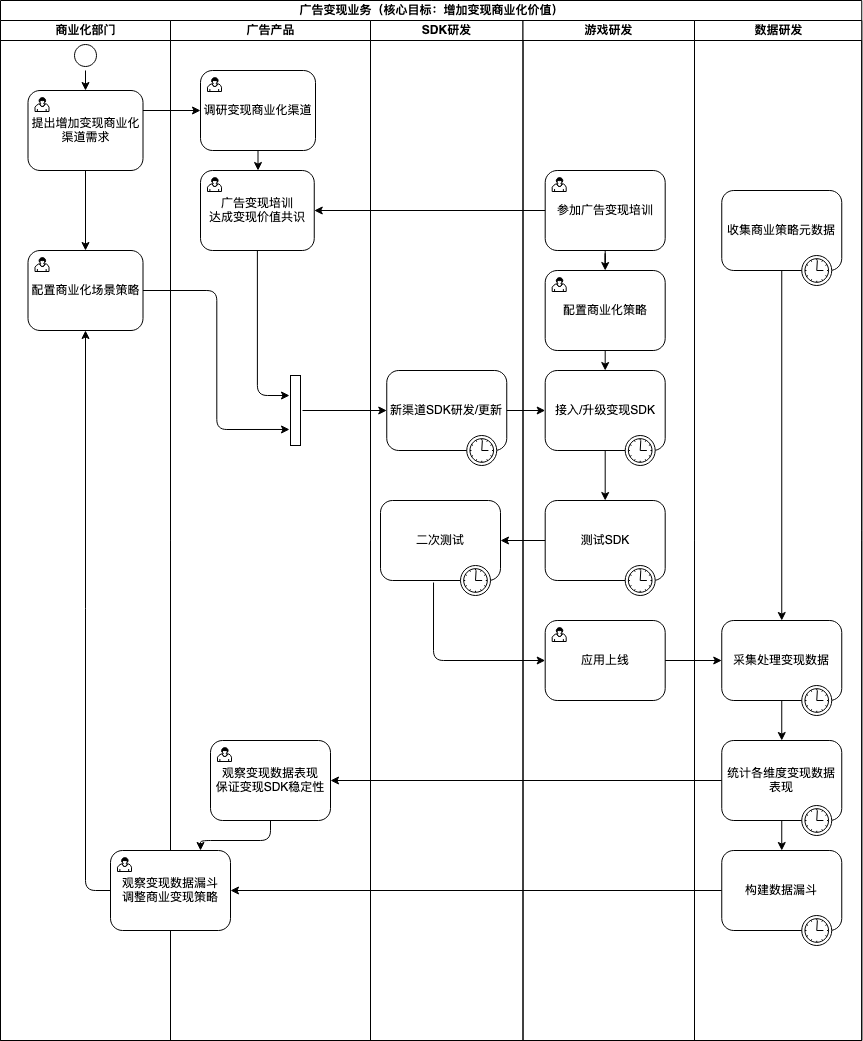
Above: 广告变现业务.png in chen-quan-long/hello-world (draw.io), before the change. Source tidied: cells renumbered, new cells last; positions are measured from the earlier drawing's top-left corner, leaving out a move shared by most shapes.
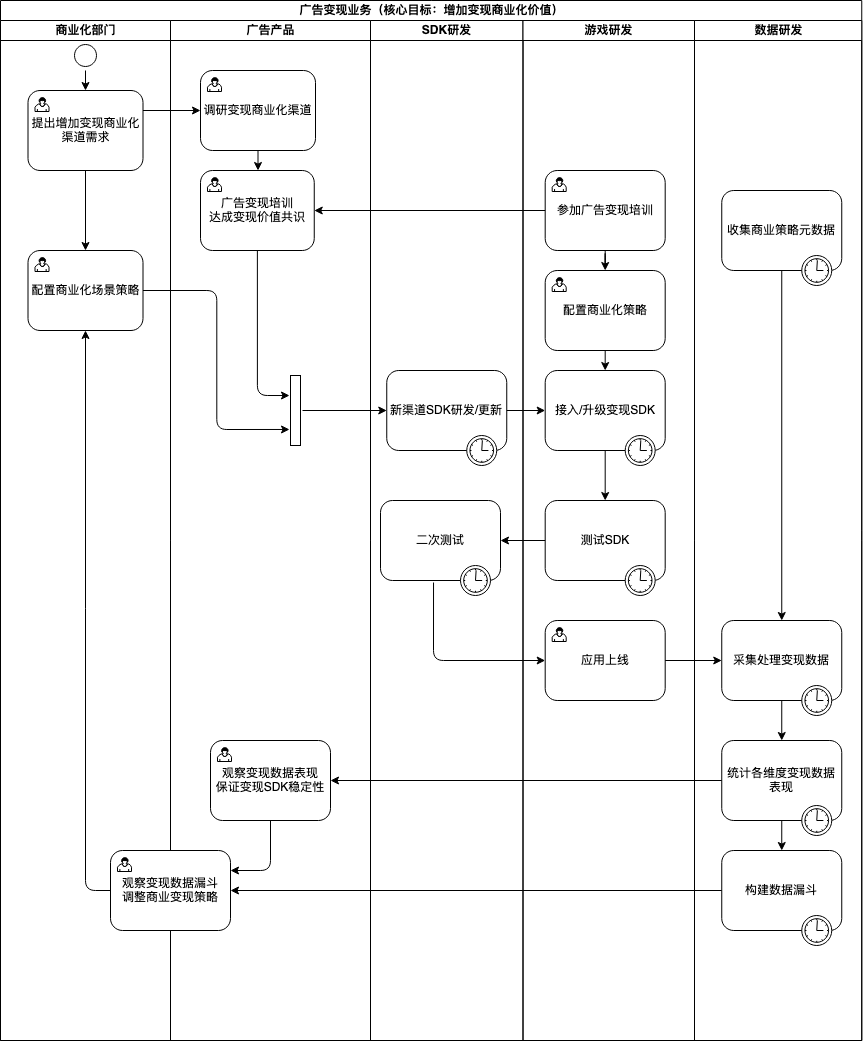
Above is the later version.

Commit message:
更新广告变现业务.png

Diff of the diagram source:
```diff
@@ -73,7 +73,7 @@
         <mxPoint x="7" y="7" as="offset" />
       </mxGeometry>
     </mxCell>
-    <mxCell id="21" style="edgeStyle=orthogonalEdgeStyle;curved=0;rounded=1;sketch=0;jettySize=auto;html=1;exitX=0.5;exitY=1;exitDx=0;exitDy=0;entryX=0.75;entryY=0;entryDx=0;entryDy=0;" parent="11" edge="1" source="22" target="19">
+    <mxCell id="21" style="edgeStyle=orthogonalEdgeStyle;curved=0;rounded=1;sketch=0;jettySize=auto;html=1;exitX=0.5;exitY=1;exitDx=0;exitDy=0;entryX=1;entryY=0.25;entryDx=0;entryDy=0;" parent="11" edge="1" source="22" target="19">
       <mxGeometry relative="1" as="geometry" />
     </mxCell>
     <mxCell id="22" value="&lt;div&gt;观察变现数据表现&lt;/div&gt;&lt;div&gt;保证变现SDK稳定性&lt;br&gt;&lt;/div&gt;" style="html=1;whiteSpace=wrap;rounded=1;sketch=0;" parent="11" vertex="1">
```
